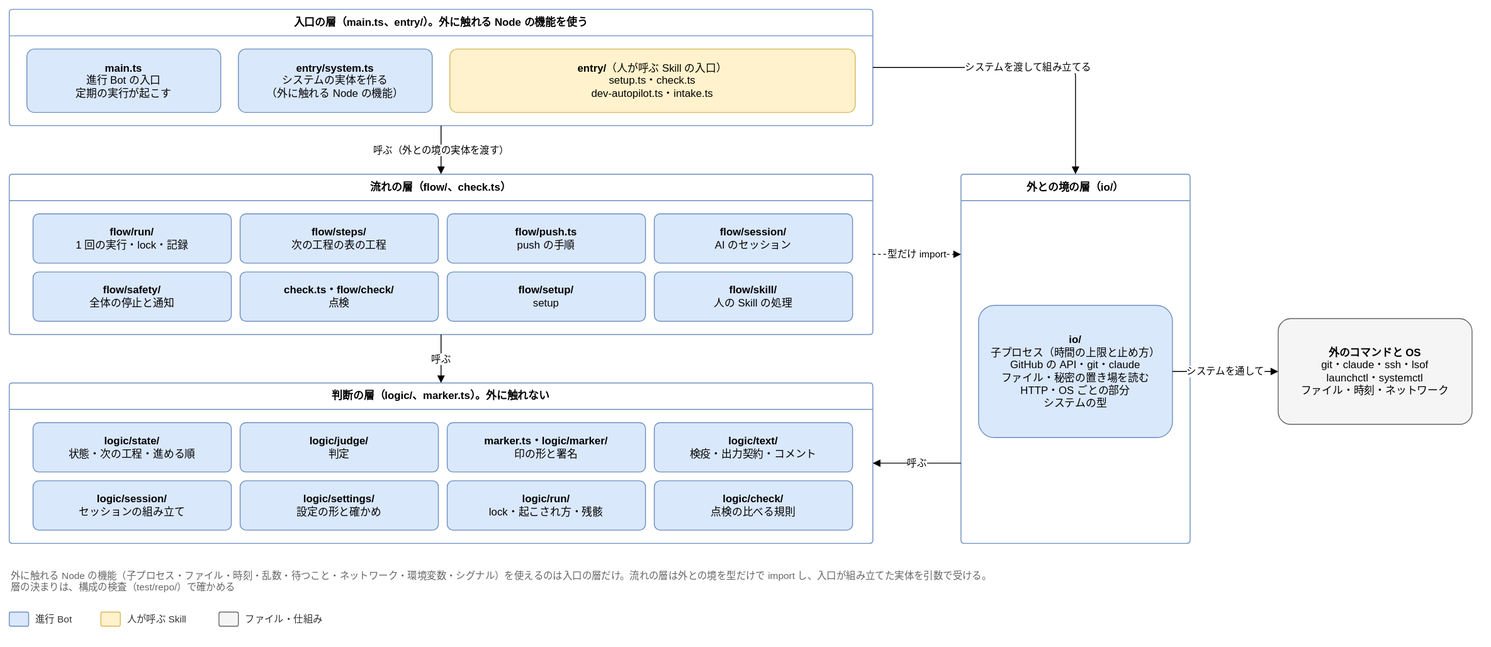
Joymerrevent/dev-autopilot keeps this draw.io diagram as docs/design/detailed/diagrams/00-layers.drawio.svg. Above is the earlier version. Source tidied: cells renumbered, new cells last; positions are measured from the earlier drawing's top-left corner, leaving out a move shared by most shapes.
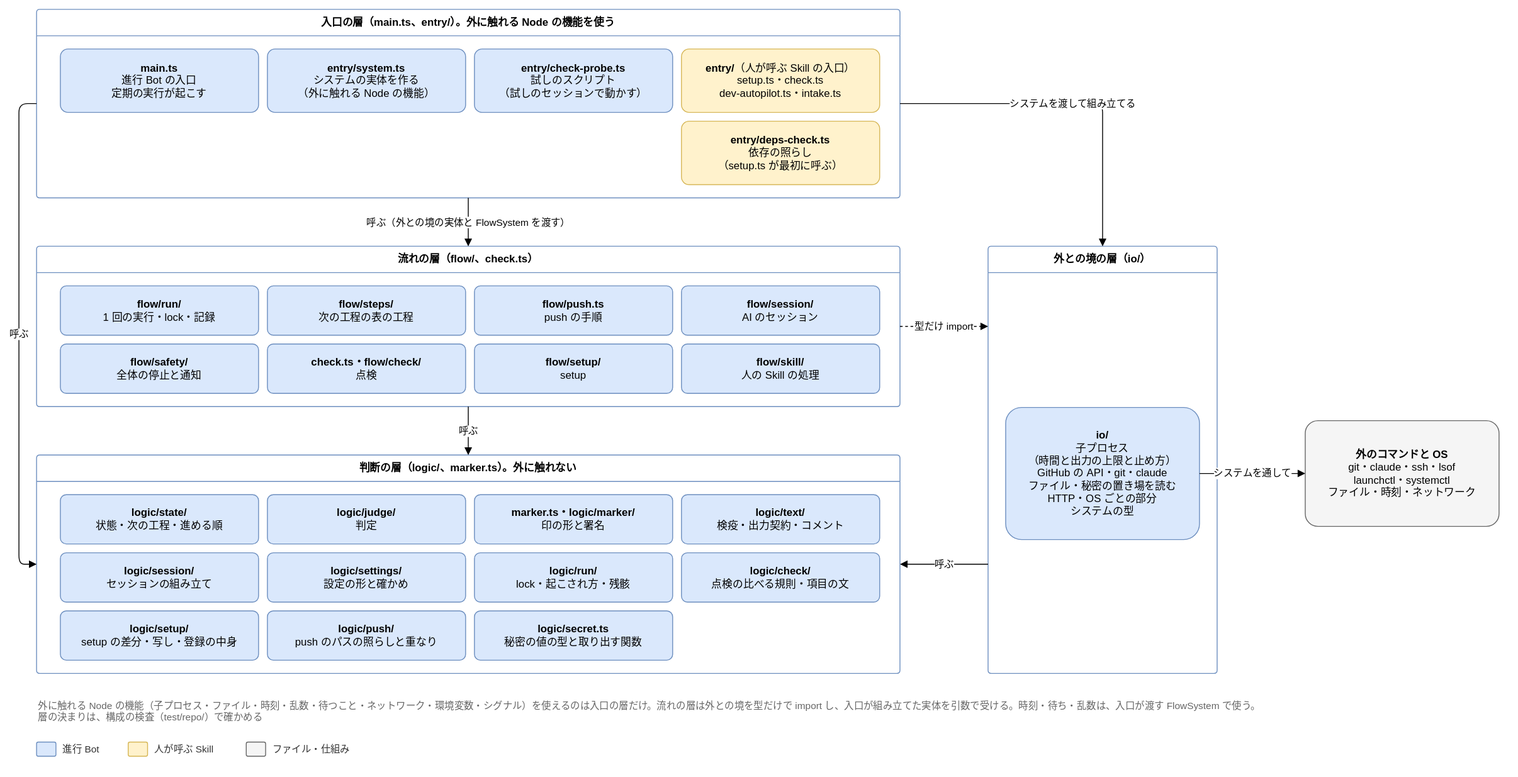
The same diagram one commit later.

Diff of the diagram source:
```diff
@@ -3,19 +3,25 @@
     <mxCell id="0" />
     <mxCell id="1" parent="0" />
     <mxCell id="2" value="入口の層（main.ts、entry/）。外に触れる Node の機能を使う" style="swimlane;startSize=30;html=1;whiteSpace=wrap;rounded=1;arcSize=4;fontStyle=1;fontSize=12;fillColor=none;swimlaneFillColor=none;strokeColor=#6c8ebf;" parent="1" vertex="1">
-      <mxGeometry width="980" height="132" as="geometry" />
+      <mxGeometry y="-148" width="980" height="214" as="geometry" />
     </mxCell>
     <mxCell id="3" value="&lt;b&gt;main.ts&lt;/b&gt;&lt;br&gt;進行 Bot の入口&lt;br&gt;定期の実行が起こす" style="rounded=1;whiteSpace=wrap;html=1;fontSize=12;arcSize=12;spacing=12;fillColor=#dae8fc;strokeColor=#6c8ebf;" parent="2" vertex="1">
-      <mxGeometry x="20" y="45" width="220" height="72" as="geometry" />
+      <mxGeometry x="27" y="45" width="225" height="72" as="geometry" />
     </mxCell>
     <mxCell id="4" value="&lt;b&gt;entry/system.ts&lt;/b&gt;&lt;br&gt;システムの実体を作る&lt;br&gt;（外に触れる Node の機能）" style="rounded=1;whiteSpace=wrap;html=1;fontSize=12;arcSize=12;spacing=12;fillColor=#dae8fc;strokeColor=#6c8ebf;" parent="2" vertex="1">
-      <mxGeometry x="260" y="45" width="220" height="72" as="geometry" />
+      <mxGeometry x="262" y="45" width="225" height="72" as="geometry" />
     </mxCell>
     <mxCell id="5" value="&lt;b&gt;entry/&lt;/b&gt;（人が呼ぶ Skill の入口）&lt;br&gt;setup.ts・check.ts&lt;br&gt;dev-autopilot.ts・intake.ts" style="rounded=1;whiteSpace=wrap;html=1;fontSize=12;arcSize=12;spacing=12;fillColor=#fff2cc;strokeColor=#d6b656;" parent="2" vertex="1">
-      <mxGeometry x="500" y="45" width="460" height="72" as="geometry" />
+      <mxGeometry x="732" y="45" width="225" height="72" as="geometry" />
     </mxCell>
+    <mxCell id="40" value="&lt;b&gt;entry/check-probe.ts&lt;/b&gt;&lt;br&gt;試しのスクリプト&lt;br&gt;（試しのセッションで動かす）" style="rounded=1;whiteSpace=wrap;html=1;fontSize=12;arcSize=12;spacing=12;fillColor=#dae8fc;strokeColor=#6c8ebf;" parent="2" vertex="1">
+      <mxGeometry x="497" y="45" width="225" height="72" as="geometry" />
+    </mxCell>
+    <mxCell id="41" value="&lt;b&gt;entry/deps-check.ts&lt;/b&gt;&lt;br&gt;依存の照らし&lt;br&gt;（setup.ts が最初に呼ぶ）" style="rounded=1;whiteSpace=wrap;html=1;fontSize=12;arcSize=12;spacing=12;fillColor=#fff2cc;strokeColor=#d6b656;" parent="2" vertex="1">
+      <mxGeometry x="732" y="127" width="225" height="72" as="geometry" />
+    </mxCell>
     <mxCell id="6" value="流れの層（flow/、check.ts）" style="swimlane;startSize=30;html=1;whiteSpace=wrap;rounded=1;arcSize=4;fontStyle=1;fontSize=12;fillColor=none;swimlaneFillColor=none;strokeColor=#6c8ebf;" parent="1" vertex="1">
-      <mxGeometry y="187" width="980" height="182" as="geometry" />
+      <mxGeometry y="121" width="980" height="182" as="geometry" />
     </mxCell>
     <mxCell id="7" value="&lt;b&gt;flow/run/&lt;/b&gt;&lt;br&gt;1 回の実行・lock・記録" style="rounded=1;whiteSpace=wrap;html=1;fontSize=12;arcSize=12;spacing=12;fillColor=#dae8fc;strokeColor=#6c8ebf;" parent="6" vertex="1">
       <mxGeometry x="27" y="45" width="225" height="56" as="geometry" />
@@ -42,7 +48,7 @@
       <mxGeometry x="732" y="111" width="225" height="56" as="geometry" />
     </mxCell>
     <mxCell id="15" value="判断の層（logic/、marker.ts）。外に触れない" style="swimlane;startSize=30;html=1;whiteSpace=wrap;rounded=1;arcSize=4;fontStyle=1;fontSize=12;fillColor=none;swimlaneFillColor=none;strokeColor=#6c8ebf;" parent="1" vertex="1">
-      <mxGeometry y="424" width="980" height="182" as="geometry" />
+      <mxGeometry y="358" width="980" height="248" as="geometry" />
     </mxCell>
     <mxCell id="16" value="&lt;b&gt;logic/state/&lt;/b&gt;&lt;br&gt;状態・次の工程・進める順" style="rounded=1;whiteSpace=wrap;html=1;fontSize=12;arcSize=12;spacing=12;fillColor=#dae8fc;strokeColor=#6c8ebf;" parent="15" vertex="1">
       <mxGeometry x="27" y="45" width="225" height="56" as="geometry" />
@@ -65,41 +71,58 @@
     <mxCell id="22" value="&lt;b&gt;logic/run/&lt;/b&gt;&lt;br&gt;lock・起こされ方・残骸" style="rounded=1;whiteSpace=wrap;html=1;fontSize=12;arcSize=12;spacing=12;fillColor=#dae8fc;strokeColor=#6c8ebf;" parent="15" vertex="1">
       <mxGeometry x="497" y="111" width="225" height="56" as="geometry" />
     </mxCell>
-    <mxCell id="23" value="&lt;b&gt;logic/check/&lt;/b&gt;&lt;br&gt;点検の比べる規則" style="rounded=1;whiteSpace=wrap;html=1;fontSize=12;arcSize=12;spacing=12;fillColor=#dae8fc;strokeColor=#6c8ebf;" parent="15" vertex="1">
+    <mxCell id="23" value="&lt;b&gt;logic/check/&lt;/b&gt;&lt;br&gt;点検の比べる規則・項目の文" style="rounded=1;whiteSpace=wrap;html=1;fontSize=12;arcSize=12;spacing=12;fillColor=#dae8fc;strokeColor=#6c8ebf;" parent="15" vertex="1">
       <mxGeometry x="732" y="111" width="225" height="56" as="geometry" />
     </mxCell>
+    <mxCell id="42" value="&lt;b&gt;logic/setup/&lt;/b&gt;&lt;br&gt;setup の差分・写し・登録の中身" style="rounded=1;whiteSpace=wrap;html=1;fontSize=12;arcSize=12;spacing=12;fillColor=#dae8fc;strokeColor=#6c8ebf;" parent="15" vertex="1">
+      <mxGeometry x="27" y="177" width="225" height="56" as="geometry" />
+    </mxCell>
+    <mxCell id="43" value="&lt;b&gt;logic/push/&lt;/b&gt;&lt;br&gt;push のパスの照らしと重なり" style="rounded=1;whiteSpace=wrap;html=1;fontSize=12;arcSize=12;spacing=12;fillColor=#dae8fc;strokeColor=#6c8ebf;" parent="15" vertex="1">
+      <mxGeometry x="262" y="177" width="225" height="56" as="geometry" />
+    </mxCell>
+    <mxCell id="44" value="&lt;b&gt;logic/secret.ts&lt;/b&gt;&lt;br&gt;秘密の値の型と取り出す関数" style="rounded=1;whiteSpace=wrap;html=1;fontSize=12;arcSize=12;spacing=12;fillColor=#dae8fc;strokeColor=#6c8ebf;" parent="15" vertex="1">
+      <mxGeometry x="497" y="177" width="225" height="56" as="geometry" />
+    </mxCell>
     <mxCell id="24" value="外との境の層（io/）" style="swimlane;startSize=30;html=1;whiteSpace=wrap;rounded=1;arcSize=4;fontStyle=1;fontSize=12;fillColor=none;swimlaneFillColor=none;strokeColor=#6c8ebf;" parent="1" vertex="1">
-      <mxGeometry x="1080" y="187" width="260" height="419" as="geometry" />
+      <mxGeometry x="1080" y="121" width="260" height="485" as="geometry" />
     </mxCell>
-    <mxCell id="25" value="&lt;b&gt;io/&lt;/b&gt;&lt;br&gt;子プロセス（時間の上限と止め方）&lt;br&gt;GitHub の API・git・claude&lt;br&gt;ファイル・秘密の置き場を読む&lt;br&gt;HTTP・OS ごとの部分&lt;br&gt;システムの型" style="rounded=1;whiteSpace=wrap;html=1;fontSize=12;arcSize=12;spacing=12;fillColor=#dae8fc;strokeColor=#6c8ebf;" parent="24" vertex="1">
-      <mxGeometry x="20" y="149" width="220" height="150" as="geometry" />
+    <mxCell id="25" value="&lt;b&gt;io/&lt;/b&gt;&lt;br&gt;子プロセス&lt;br&gt;（時間と出力の上限と止め方）&lt;br&gt;GitHub の API・git・claude&lt;br&gt;ファイル・秘密の置き場を読む&lt;br&gt;HTTP・OS ごとの部分&lt;br&gt;システムの型" style="rounded=1;whiteSpace=wrap;html=1;fontSize=12;arcSize=12;spacing=12;fillColor=#dae8fc;strokeColor=#6c8ebf;" parent="24" vertex="1">
+      <mxGeometry x="20" y="183" width="220" height="150" as="geometry" />
     </mxCell>
     <mxCell id="26" value="&lt;b&gt;外のコマンドと OS&lt;/b&gt;&lt;br&gt;git・claude・ssh・lsof&lt;br&gt;launchctl・systemctl&lt;br&gt;ファイル・時刻・ネットワーク" style="rounded=1;whiteSpace=wrap;html=1;fontSize=12;arcSize=12;spacing=12;fillColor=#f5f5f5;strokeColor=#666666;" parent="1" vertex="1">
-      <mxGeometry x="1440" y="351" width="220" height="120" as="geometry" />
+      <mxGeometry x="1440" y="319" width="220" height="120" as="geometry" />
     </mxCell>
-    <mxCell id="27" value="呼ぶ（外との境の実体を渡す）" style="edgeStyle=orthogonalEdgeStyle;rounded=1;html=1;endArrow=block;endFill=1;fontSize=11;labelBackgroundColor=#ffffff;exitX=0.5;exitY=1;exitDx=0;exitDy=0;entryX=0.5;entryY=0;entryDx=0;entryDy=0;" parent="1" edge="1" source="2" target="6">
+    <mxCell id="27" value="呼ぶ（外との境の実体と FlowSystem を渡す）" style="edgeStyle=orthogonalEdgeStyle;rounded=1;html=1;endArrow=block;endFill=1;fontSize=11;labelBackgroundColor=#ffffff;exitX=0.5;exitY=1;exitDx=0;exitDy=0;entryX=0.5;entryY=0;entryDx=0;entryDy=0;" parent="1" edge="1" source="2" target="6">
       <mxGeometry relative="1" as="geometry" />
     </mxCell>
     <mxCell id="28" value="システムを渡して組み立てる" style="edgeStyle=orthogonalEdgeStyle;rounded=1;html=1;endArrow=block;endFill=1;fontSize=11;labelBackgroundColor=#ffffff;exitX=1;exitY=0.5;exitDx=0;exitDy=0;entryX=0.5;entryY=0;entryDx=0;entryDy=0;" parent="1" edge="1" source="2" target="24">
       <mxGeometry relative="1" as="geometry">
         <Array as="points">
-          <mxPoint x="1210" y="66" />
+          <mxPoint x="1210" y="-41" />
         </Array>
       </mxGeometry>
     </mxCell>
     <mxCell id="29" value="呼ぶ" style="edgeStyle=orthogonalEdgeStyle;rounded=1;html=1;endArrow=block;endFill=1;fontSize=11;labelBackgroundColor=#ffffff;exitX=0.5;exitY=1;exitDx=0;exitDy=0;entryX=0.5;entryY=0;entryDx=0;entryDy=0;" parent="1" edge="1" source="6" target="15">
       <mxGeometry relative="1" as="geometry" />
     </mxCell>
-    <mxCell id="30" value="型だけ import" style="edgeStyle=orthogonalEdgeStyle;rounded=1;html=1;endArrow=block;endFill=1;fontSize=11;labelBackgroundColor=#ffffff;dashed=1;exitX=1;exitY=0.5;exitDx=0;exitDy=0;entryX=0;entryY=0.2171837708830549;entryDx=0;entryDy=0;" parent="1" edge="1" source="6" target="24">
+    <mxCell id="30" value="型だけ import" style="edgeStyle=orthogonalEdgeStyle;rounded=1;html=1;endArrow=block;endFill=1;fontSize=11;labelBackgroundColor=#ffffff;dashed=1;exitX=1;exitY=0.5;exitDx=0;exitDy=0;entryX=0;entryY=0.18762886597938144;entryDx=0;entryDy=0;" parent="1" edge="1" source="6" target="24">
       <mxGeometry relative="1" as="geometry" />
     </mxCell>
-    <mxCell id="31" value="呼ぶ" style="edgeStyle=orthogonalEdgeStyle;rounded=1;html=1;endArrow=block;endFill=1;fontSize=11;labelBackgroundColor=#ffffff;exitX=0;exitY=0.7828162291169452;exitDx=0;exitDy=0;entryX=1;entryY=0.5;entryDx=0;entryDy=0;" parent="1" edge="1" source="24" target="15">
+    <mxCell id="31" value="呼ぶ" style="edgeStyle=orthogonalEdgeStyle;rounded=1;html=1;endArrow=block;endFill=1;fontSize=11;labelBackgroundColor=#ffffff;exitX=0;exitY=0.7443298969072165;exitDx=0;exitDy=0;entryX=1;entryY=0.5;entryDx=0;entryDy=0;" parent="1" edge="1" source="24" target="15">
       <mxGeometry relative="1" as="geometry" />
     </mxCell>
     <mxCell id="32" value="システムを通して" style="edgeStyle=orthogonalEdgeStyle;rounded=1;html=1;endArrow=block;endFill=1;fontSize=11;labelBackgroundColor=#ffffff;exitX=1;exitY=0.5;exitDx=0;exitDy=0;entryX=0;entryY=0.5;entryDx=0;entryDy=0;" parent="1" edge="1" source="25" target="26">
       <mxGeometry relative="1" as="geometry" />
     </mxCell>
+    <mxCell id="45" value="呼ぶ" style="edgeStyle=orthogonalEdgeStyle;rounded=1;html=1;endArrow=block;endFill=1;fontSize=11;labelBackgroundColor=#ffffff;exitX=0;exitY=0.5;exitDx=0;exitDy=0;entryX=0;entryY=0.5;entryDx=0;entryDy=0;" parent="1" edge="1" source="2" target="15">
+      <mxGeometry relative="1" as="geometry">
+        <Array as="points">
+          <mxPoint x="-20" y="-41" />
+          <mxPoint x="-20" y="482" />
+        </Array>
+      </mxGeometry>
+    </mxCell>
-    <mxCell id="33" value="外に触れる Node の機能（子プロセス・ファイル・時刻・乱数・待つこと・ネットワーク・環境変数・シグナル）を使えるのは入口の層だけ。流れの層は外との境を型だけで import し、入口が組み立てた実体を引数で受ける。&lt;br&gt;層の決まりは、構成の検査（test/repo/）で確かめる" style="text;html=1;whiteSpace=wrap;align=left;verticalAlign=top;fontSize=11;fontColor=#666666;" parent="1" vertex="1">
+    <mxCell id="33" value="外に触れる Node の機能（子プロセス・ファイル・時刻・乱数・待つこと・ネットワーク・環境変数・シグナル）を使えるのは入口の層だけ。流れの層は外との境を型だけで import し、入口が組み立てた実体を引数で受ける。時刻・待ち・乱数は、入口が渡す FlowSystem で使う。&lt;br&gt;層の決まりは、構成の検査（test/repo/）で確かめる" style="text;html=1;whiteSpace=wrap;align=left;verticalAlign=top;fontSize=11;fontColor=#666666;" parent="1" vertex="1">
       <mxGeometry y="630" width="1660" height="40" as="geometry" />
     </mxCell>
     <mxCell id="34" style="rounded=1;whiteSpace=wrap;html=1;fontSize=12;arcSize=12;spacing=12;fillColor=#dae8fc;strokeColor=#6c8ebf;" parent="1" vertex="1">
```
